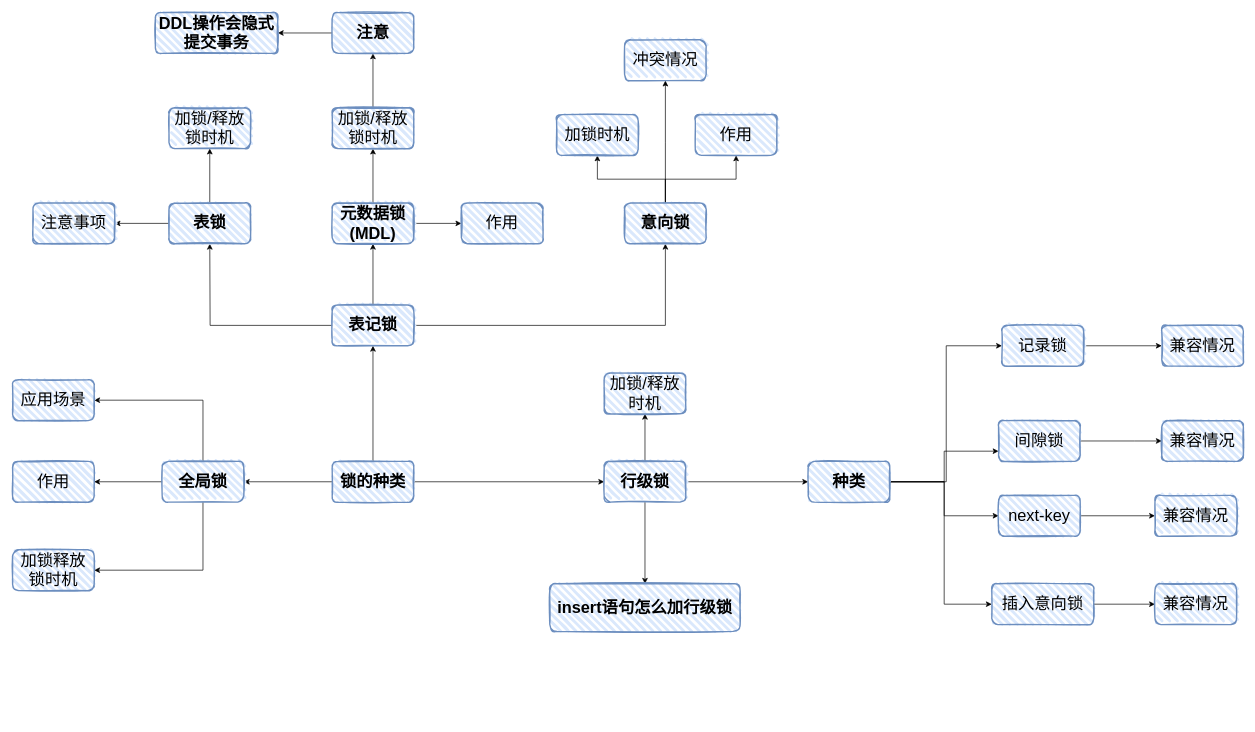
Earlier version of the draw.io diagram MySQL/锁.drawio (liuyaokeji/drawing). Source tidied: cells renumbered, new cells numbered last; positions are measured from the earlier drawing's top-left corner, leaving out a move shared by most shapes. Both pictures are drawn from the tidied source at 68%, with x=0, y=0 at pixel (12, 12).
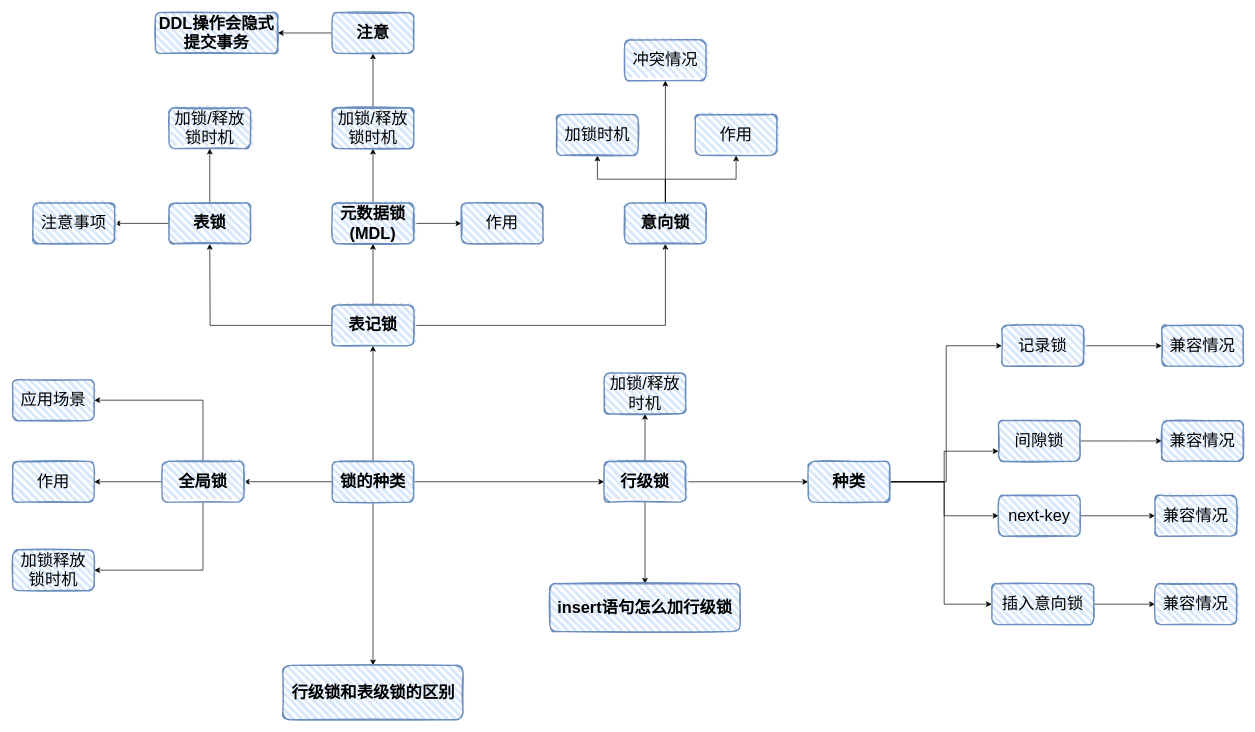
Above is the later version.

The change refers to these unchanged cells:
```xml
<mxCell id="5" value="锁的种类" style="whiteSpace=wrap;html=1;rounded=1;glass=0;sketch=1;fillWeight=4;hachureGap=8;hachureAngle=45;strokeColor=#6c8ebf;strokeWidth=2;fontFamily=Helvetica;fontSize=24;fontColor=default;fillColor=#dae8fc;fontStyle=1;" parent="1" vertex="1">
  <mxGeometry x="470" y="660" width="120" height="60" as="geometry" />
</mxCell>
```

The edit, as a diff of the source:
```diff
@@
+    <mxCell id="61" style="edgeStyle=orthogonalEdgeStyle;rounded=0;jettySize=auto;html=1;" parent="1" edge="1" source="5" target="62">
+      <mxGeometry relative="1" as="geometry" />
+    </mxCell>
@@
+    <mxCell id="62" value="行级锁和表级锁的区别" style="whiteSpace=wrap;html=1;rounded=1;glass=0;sketch=1;fillWeight=4;hachureGap=8;hachureAngle=45;strokeColor=#6c8ebf;strokeWidth=2;fontFamily=Helvetica;fontSize=24;fontColor=default;fillColor=#dae8fc;fontStyle=1;" parent="1" vertex="1">
+      <mxGeometry x="397.5" y="960" width="265" height="80" as="geometry" />
+    </mxCell>
```
